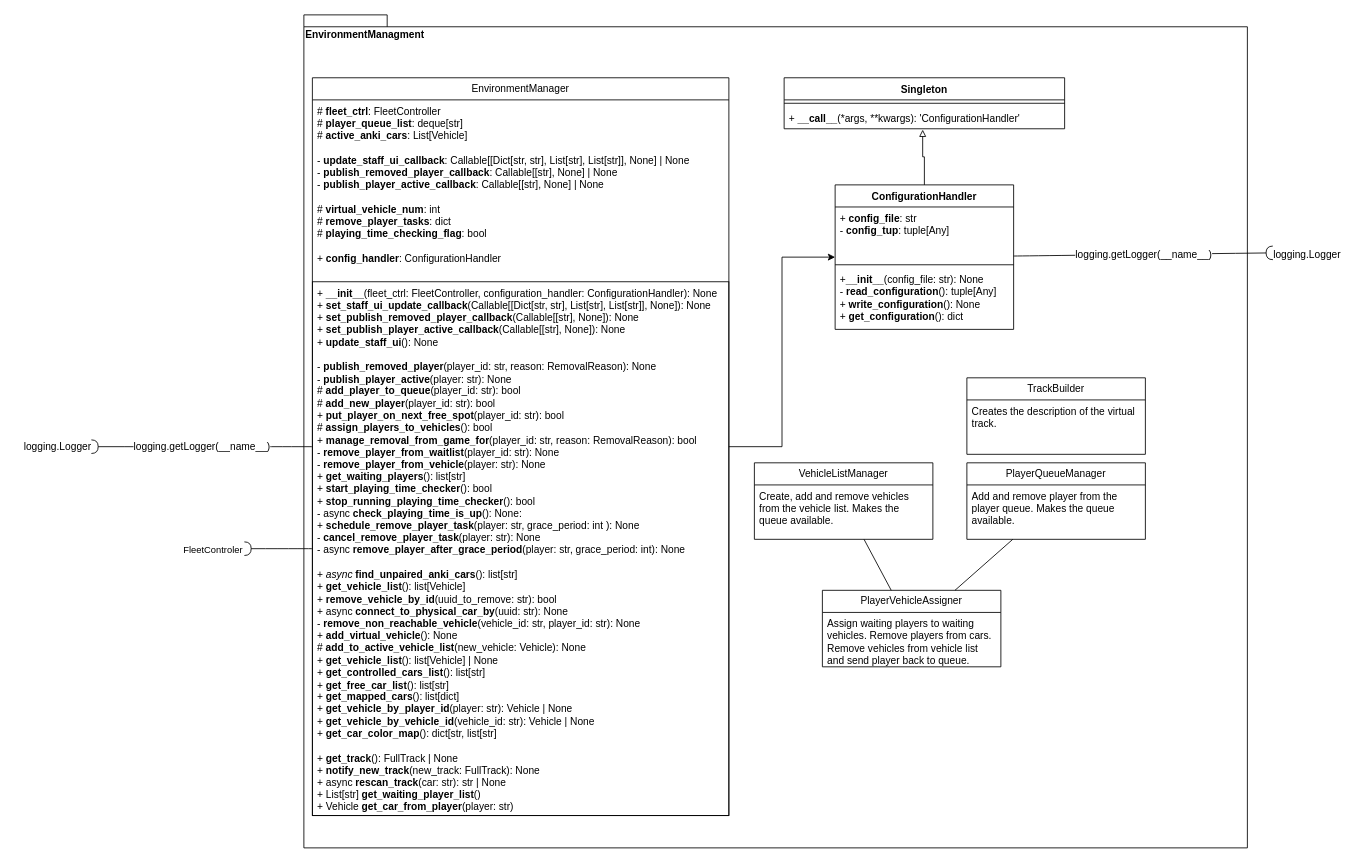
The draw.io diagram src/EnvironmentManagement/EnvironmentManager.drawio in iavofficial/IAV_Distortion, before the edit. Source tidied: cells renumbered, new cells numbered last; positions are measured from the earlier drawing's top-left corner, leaving out a move shared by most shapes. Both pictures are drawn from the tidied source at 85%, with x=0, y=0 at pixel (14, 14).
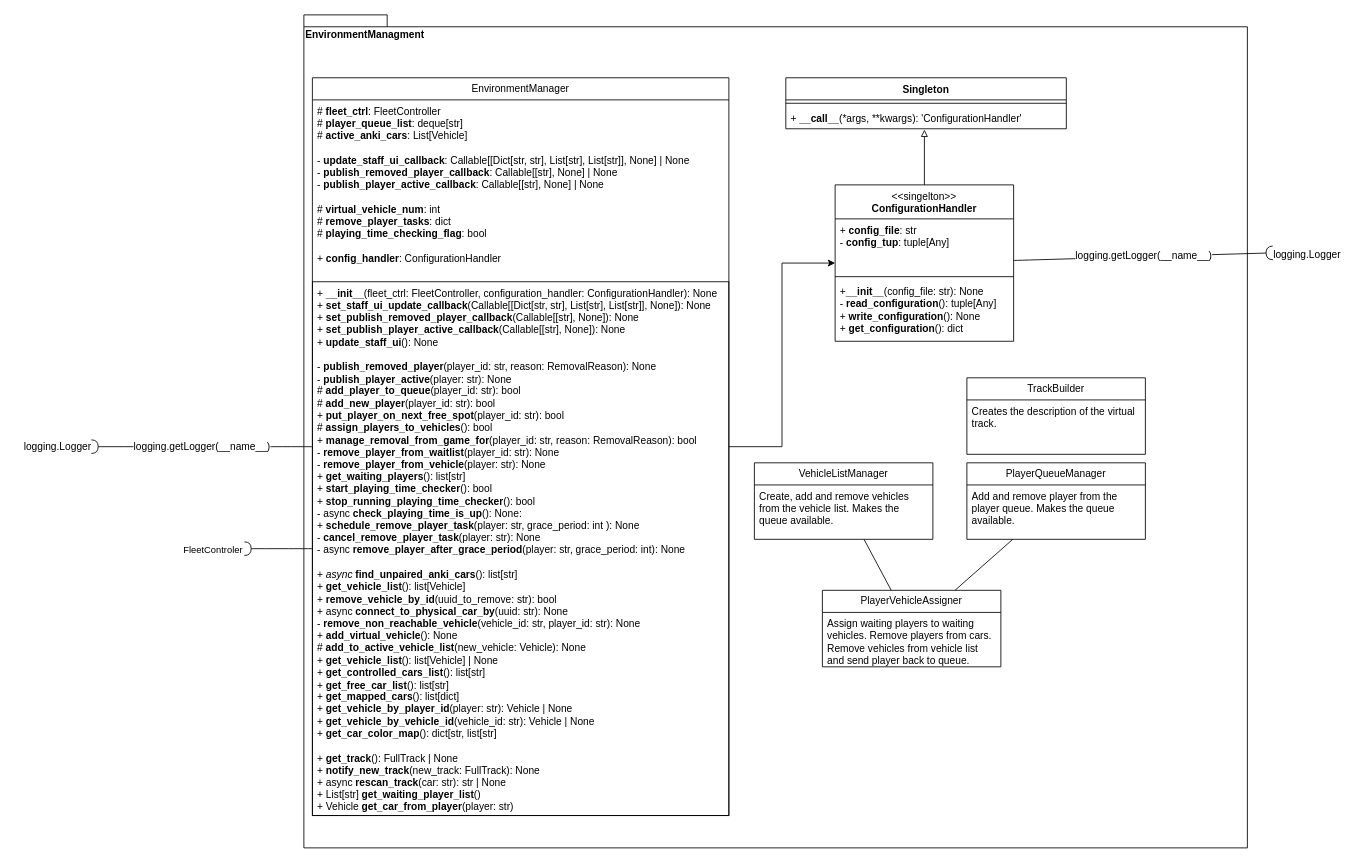
The same diagram, later.

Commit message (it also covers changes not shown here):
Update and Add UML diagrams

Change to the diagram source:
```diff
@@
-    <mxCell id="19" value="ConfigurationHandler" style="swimlane;fontStyle=1;align=center;verticalAlign=top;horizontal=1;startSize=26;whiteSpace=wrap;html=1;" parent="1" vertex="1">
-      <mxGeometry x="965" y="200" width="210" height="170" as="geometry" />
+    <mxCell id="19" value="&lt;span style=&quot;font-weight: normal;&quot;&gt;&amp;lt;&amp;lt;singelton&amp;gt;&amp;gt;&lt;/span&gt;&lt;br&gt;ConfigurationHandler" style="swimlane;fontStyle=1;align=center;verticalAlign=top;horizontal=1;startSize=40;whiteSpace=wrap;html=1;" parent="1" vertex="1">
+      <mxGeometry x="965" y="200" width="210" height="184" as="geometry" />
     </mxCell>
     <mxCell id="20" value="&lt;div&gt;&lt;span style=&quot;background-color: initial;&quot;&gt;+&amp;nbsp;&lt;/span&gt;&lt;span style=&quot;background-color: initial;&quot;&gt;&lt;b&gt;config_file&lt;/b&gt;: str&lt;/span&gt;&lt;/div&gt;&lt;div&gt;&lt;span style=&quot;background-color: initial;&quot;&gt;-&amp;nbsp;&lt;/span&gt;&lt;span style=&quot;background-color: initial;&quot;&gt;&lt;b&gt;config_tup&lt;/b&gt;: tuple[Any]&lt;/span&gt;&lt;/div&gt;" style="text;strokeColor=none;fillColor=none;align=left;verticalAlign=top;spacingLeft=4;spacingRight=4;overflow=hidden;whiteSpace=wrap;html=1;" parent="19" vertex="1">
-      <mxGeometry y="26" width="210" height="64" as="geometry" />
+      <mxGeometry y="40" width="210" height="64" as="geometry" />
     </mxCell>
     <mxCell id="21" style="line;strokeWidth=1;fillColor=none;align=left;verticalAlign=middle;spacingTop=-1;spacingLeft=3;spacingRight=3;labelPosition=right;strokeColor=inherit;" parent="19" vertex="1">
-      <mxGeometry y="90" width="210" height="8" as="geometry" />
+      <mxGeometry y="104" width="210" height="8" as="geometry" />
     </mxCell>
     <mxCell id="22" value="+&lt;b&gt;__init__&lt;/b&gt;(config_file: str): None&lt;div&gt;-&amp;nbsp;&lt;b&gt;read_configuration&lt;/b&gt;(): tuple[Any]&lt;/div&gt;&lt;div&gt;+&amp;nbsp;&lt;b&gt;write_configuration&lt;/b&gt;(): None&lt;/div&gt;&lt;div&gt;+ &lt;b&gt;get_configuration&lt;/b&gt;(): dict&lt;br&gt;&lt;/div&gt;" style="text;strokeColor=none;fillColor=none;align=left;verticalAlign=top;spacingLeft=4;spacingRight=4;overflow=hidden;whiteSpace=wrap;html=1;" parent="19" vertex="1">
-      <mxGeometry y="98" width="210" height="72" as="geometry" />
+      <mxGeometry y="112" width="210" height="72" as="geometry" />
     </mxCell>
     <mxCell id="23" value="Singleton" style="swimlane;fontStyle=1;align=center;verticalAlign=top;horizontal=1;startSize=26;whiteSpace=wrap;html=1;" parent="1" vertex="1">
-      <mxGeometry x="905" y="74" width="330" height="60" as="geometry" />
+      <mxGeometry x="907" y="74" width="330" height="60" as="geometry" />
     </mxCell>
```
